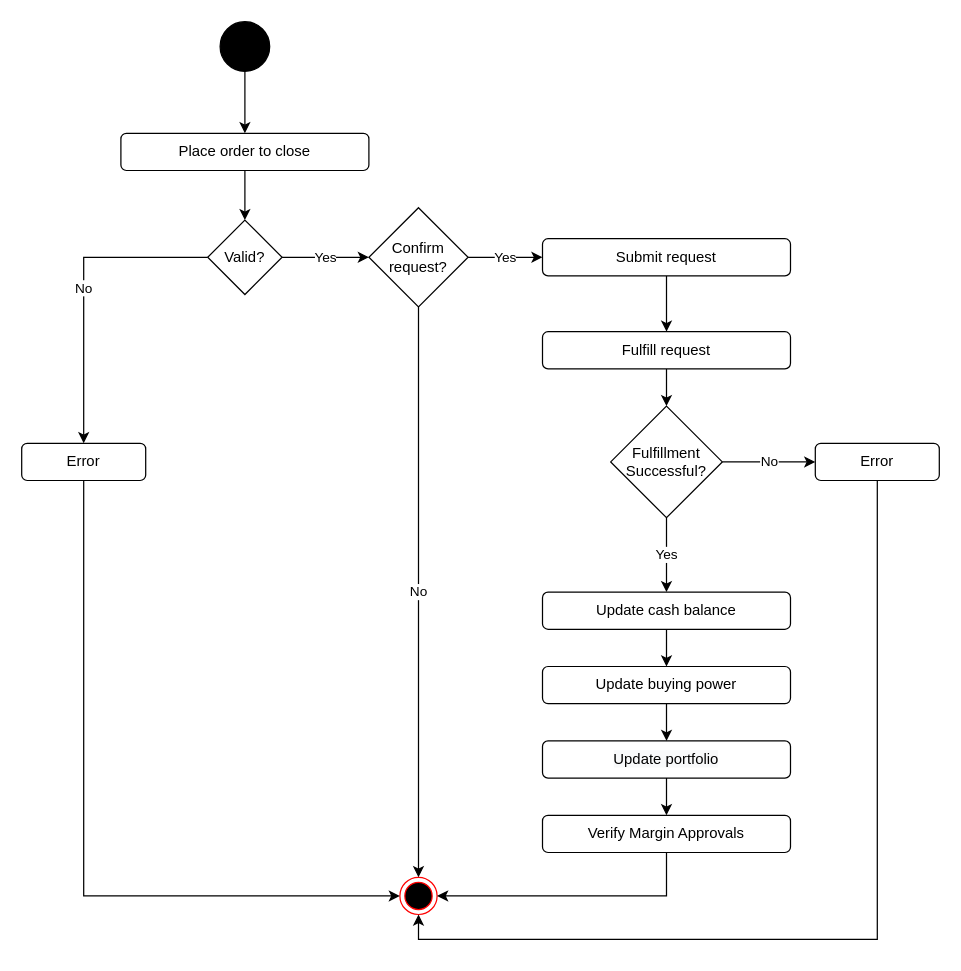
dgboulger/SpoofTraderMarket keeps this draw.io diagram as UC3:ClosePosition.drawio. Above is the earlier version. Source tidied: cells renumbered, new cells numbered last; positions are measured from the earlier drawing's top-left corner, leaving out a move shared by most shapes. Both pictures are drawn from the tidied source at 124%, with x=0, y=0 at pixel (21, 21).
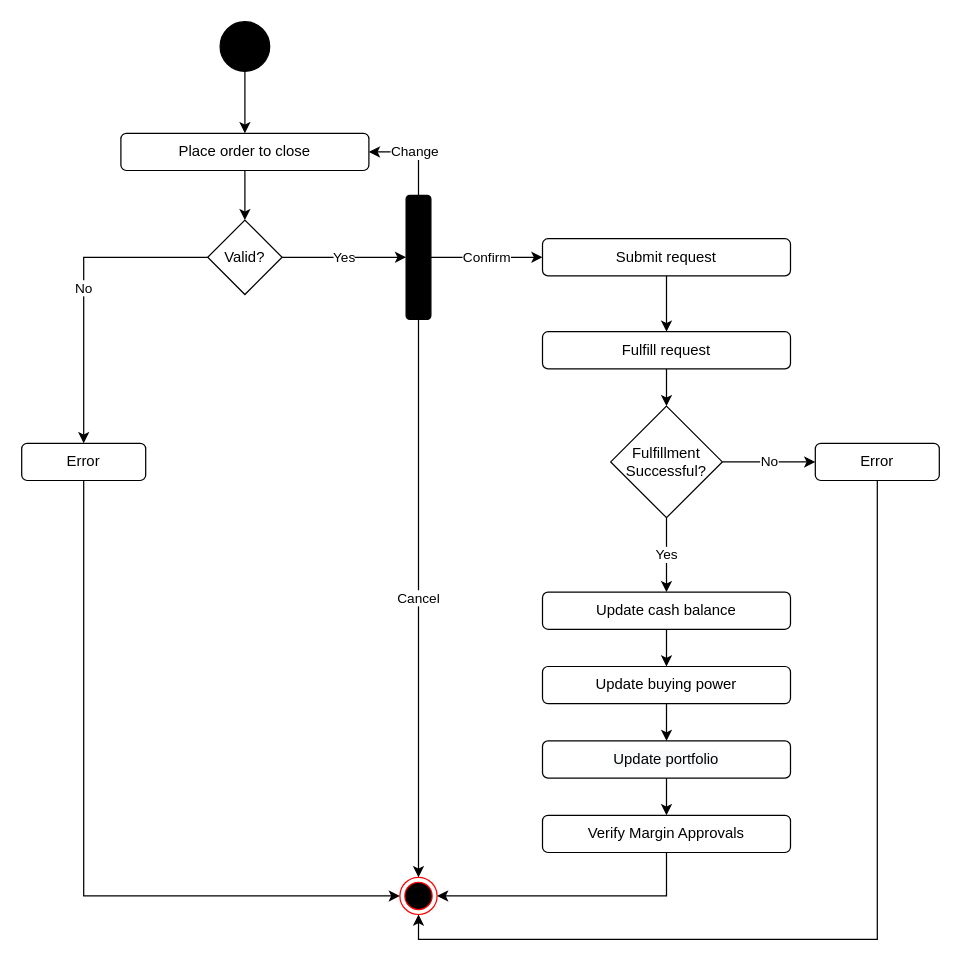
The same page after the edit.

The change refers to these unchanged cells:
```xml
<mxCell id="5" value="Place order to close" style="rounded=1;whiteSpace=wrap;html=1;fillColor=#FFFFFF;" parent="1" vertex="1">
  <mxGeometry x="80" y="90" width="200" height="30" as="geometry" />
</mxCell>
<mxCell id="7" value="Valid?" style="rhombus;whiteSpace=wrap;html=1;fillColor=#FFFFFF;" parent="1" vertex="1">
  <mxGeometry x="150" y="160" width="60" height="60" as="geometry" />
</mxCell>
<mxCell id="9" style="ellipse;html=1;shape=endState;fillColor=#000000;strokeColor=#ff0000;" parent="1" vertex="1">
  <mxGeometry x="305" y="690" width="30" height="30" as="geometry" />
</mxCell>
<mxCell id="19" value="Submit request" style="rounded=1;whiteSpace=wrap;html=1;fillColor=#FFFFFF;" parent="1" vertex="1">
  <mxGeometry x="420" y="175" width="200" height="30" as="geometry" />
</mxCell>
```

Diff of the diagram source:
```diff
@@
-    <mxCell id="13" value="Yes" style="edgeStyle=orthogonalEdgeStyle;rounded=0;jettySize=auto;html=1;entryX=0;entryY=0.5;entryDx=0;entryDy=0;endArrow=classic;endFill=1;exitX=1;exitY=0.5;exitDx=0;exitDy=0;" parent="1" edge="1" source="7" target="22">
+    <mxCell id="13" value="Yes" style="edgeStyle=orthogonalEdgeStyle;rounded=0;jettySize=auto;html=1;entryX=0;entryY=0.5;entryDx=0;entryDy=0;endArrow=classic;endFill=1;exitX=1;exitY=0.5;exitDx=0;exitDy=0;" parent="1" edge="1" source="7" target="36">
       <mxGeometry relative="1" as="geometry" />
     </mxCell>
@@
-    <mxCell id="20" value="Yes" style="edgeStyle=orthogonalEdgeStyle;rounded=0;jettySize=auto;html=1;exitX=1;exitY=0.5;exitDx=0;exitDy=0;entryX=0;entryY=0.5;entryDx=0;entryDy=0;" parent="1" edge="1" source="22" target="19">
-      <mxGeometry relative="1" as="geometry" />
-    </mxCell>
-    <mxCell id="21" value="No" style="edgeStyle=orthogonalEdgeStyle;rounded=0;jettySize=auto;html=1;entryX=0.5;entryY=0;entryDx=0;entryDy=0;exitX=0.5;exitY=1;exitDx=0;exitDy=0;" parent="1" edge="1" source="22" target="9">
-      <mxGeometry relative="1" as="geometry" />
-    </mxCell>
-    <mxCell id="22" value="&lt;span&gt;Confirm request?&lt;/span&gt;" style="rhombus;whiteSpace=wrap;html=1;" parent="1" vertex="1">
-      <mxGeometry x="280" y="150" width="80" height="80" as="geometry" />
-    </mxCell>
@@
+    <mxCell id="33" value="Change" style="edgeStyle=orthogonalEdgeStyle;rounded=0;jettySize=auto;html=1;entryX=1;entryY=0.5;entryDx=0;entryDy=0;exitX=0.5;exitY=0;exitDx=0;exitDy=0;" parent="1" edge="1" source="36" target="5">
+      <mxGeometry relative="1" as="geometry" />
+    </mxCell>
+    <mxCell id="34" value="Confirm" style="edgeStyle=orthogonalEdgeStyle;rounded=0;jettySize=auto;html=1;" parent="1" edge="1" source="36" target="19">
+      <mxGeometry relative="1" as="geometry" />
+    </mxCell>
+    <mxCell id="35" value="Cancel" style="edgeStyle=orthogonalEdgeStyle;rounded=0;jettySize=auto;html=1;entryX=0.5;entryY=0;entryDx=0;entryDy=0;" parent="1" edge="1" source="36" target="9">
+      <mxGeometry relative="1" as="geometry" />
+    </mxCell>
+    <mxCell id="36" style="rounded=1;whiteSpace=wrap;html=1;fillColor=#000000;" parent="1" vertex="1">
+      <mxGeometry x="310" y="140" width="20" height="100" as="geometry" />
+    </mxCell>
```
